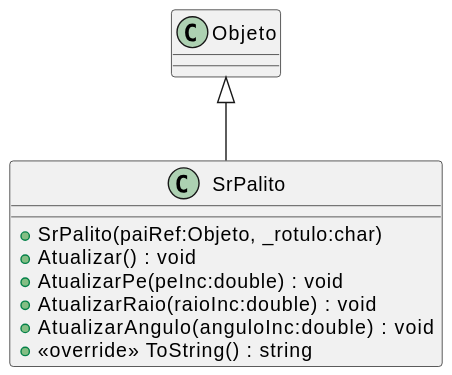
majutestoni/disciplina_CG_2025_1 keeps this PlantUML diagram as svg/Unidade2/CG_N2_Exemplo/plantuml/SrPalito.svg. Above is the earlier version. Its diagram source:
```plantuml
@startuml
class SrPalito {
    + SrPalito(paiRef:Objeto, _rotulo:char)
    + Atualizar() : void
    + AtualizarPe(peInc:double) : void
    + AtualizarRaio(raioInc:double) : void
    + AtualizarAngulo(anguloInc:double) : void
    + <<override>> ToString() : string
}
Objeto <|-- SrPalito
@enduml
```
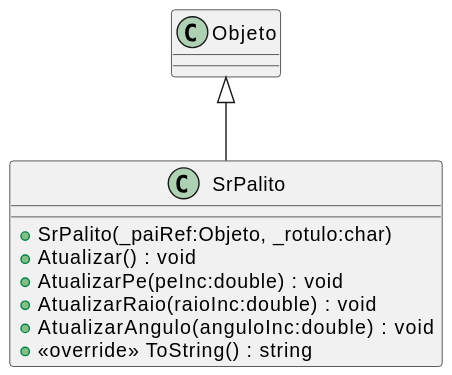
After the change.

Change to the diagram source:
```diff
@@ -1,6 +1,6 @@
 @startuml
 class SrPalito {
-    + SrPalito(paiRef:Objeto, _rotulo:char)
+    + SrPalito(_paiRef:Objeto, _rotulo:char)
     + Atualizar() : void
     + AtualizarPe(peInc:double) : void
     + AtualizarRaio(raioInc:double) : void
```
